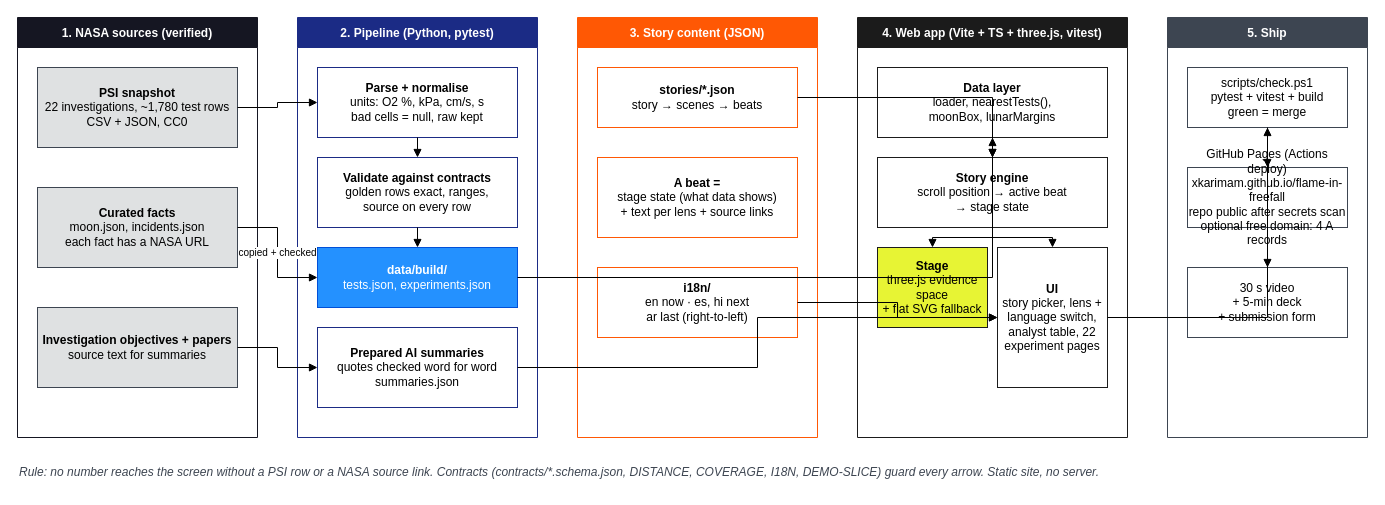
xKarimAm/flame-in-freefall keeps this draw.io diagram as page "1 Backend and data flow" (1 of 4) of docs/structure.drawio. Above is the earlier version. Source tidied: cells renumbered, new cells numbered last; positions are measured from the earlier drawing's top-left corner, leaving out a move shared by most shapes. Both pictures are drawn from the tidied source at 100%, with x=0, y=0 at pixel (17, 17).
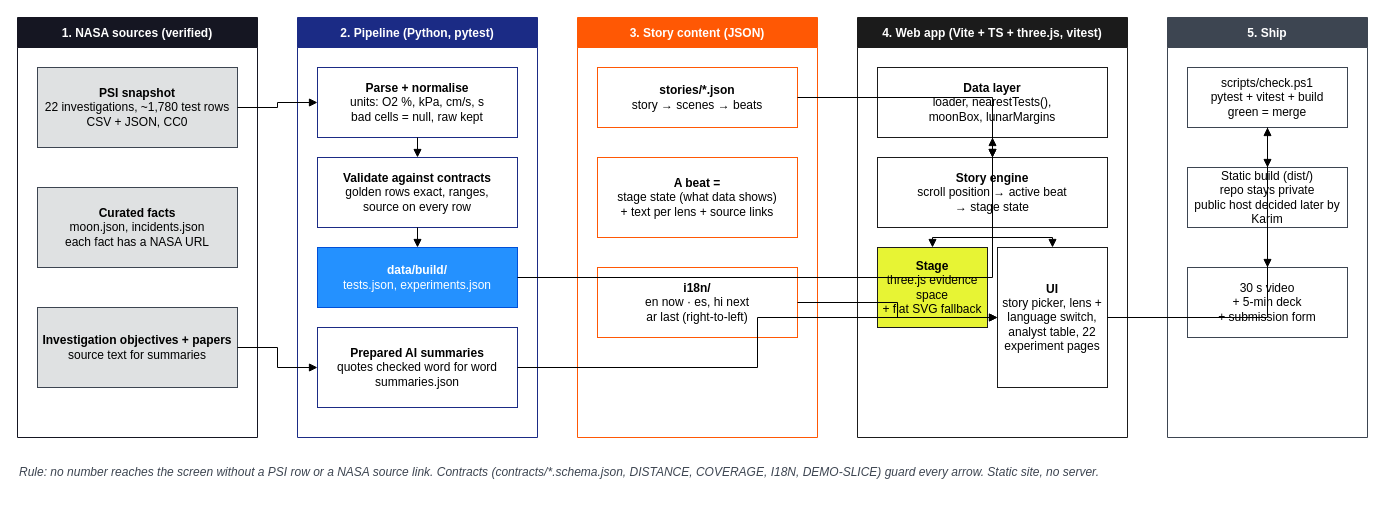
After the change.

Commit message (it also covers changes not shown here):
handover: approved plan as tasks (docs/plan.xml), repo stays private, diagram pages 3-4 as build tasks + development

Unchanged cells that the change refers to:
```xml
<mxCell id="4" value="&lt;b&gt;Curated facts&lt;/b&gt;&lt;br&gt;moon.json, incidents.json&lt;br&gt;each fact has a NASA URL" style="rounded=0;whiteSpace=wrap;html=1;fillColor=#dfe1e2;strokeColor=#3d4551;" parent="2" vertex="1">
  <mxGeometry x="20" y="170" width="200" height="80" as="geometry" />
</mxCell>
<mxCell id="9" value="&lt;b&gt;data/build/&lt;/b&gt;&lt;br&gt;tests.json, experiments.json" style="rounded=0;whiteSpace=wrap;html=1;fillColor=#2491ff;fontColor=#ffffff;strokeColor=#0050d8;" parent="6" vertex="1">
  <mxGeometry x="20" y="230" width="200" height="60" as="geometry" />
</mxCell>
<mxCell id="20" value="5. Ship" style="swimlane;startSize=30;fillColor=#3d4551;fontColor=#ffffff;strokeColor=#3d4551;fontStyle=1;rounded=0;" parent="1" vertex="1">
  <mxGeometry x="1150" width="200" height="420" as="geometry" />
</mxCell>
```

Diff of the diagram source:
```diff
@@
-    <mxCell id="22" value="GitHub Pages (Actions deploy)&lt;br&gt;xkarimam.github.io/flame-in-freefall&lt;br&gt;repo public after secrets scan&lt;br&gt;optional free domain: 4 A records" style="rounded=0;whiteSpace=wrap;html=1;fillColor=#ffffff;strokeColor=#3d4551;" parent="20" vertex="1">
+    <mxCell id="22" value="Static build (dist/)&lt;br&gt;repo stays private&lt;br&gt;public host decided later by Karim" style="rounded=0;whiteSpace=wrap;html=1;fillColor=#ffffff;strokeColor=#3d4551;" parent="20" vertex="1">
       <mxGeometry x="20" y="150" width="160" height="60" as="geometry" />
     </mxCell>
@@
-    <mxCell id="27" value="copied + checked" style="edgeStyle=orthogonalEdgeStyle;rounded=0;html=1;endArrow=block;fontSize=10;" parent="1" edge="1" source="4" target="9">
-      <mxGeometry relative="1" as="geometry" />
-    </mxCell>
```
